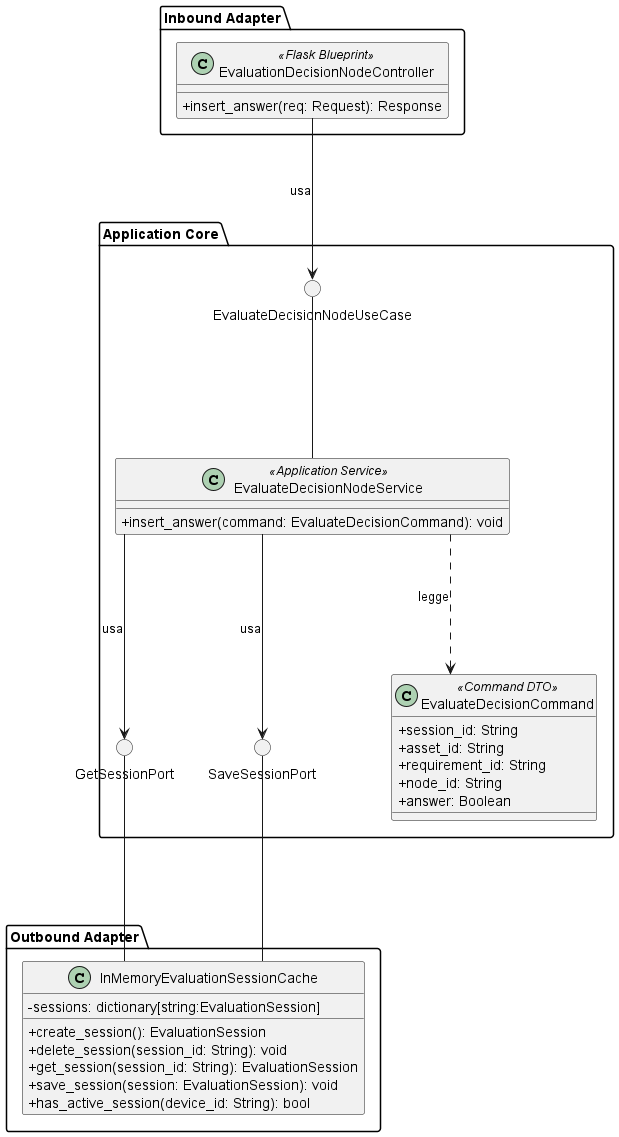
Earlier version of the PlantUML export src/PB/DocumentazioneEsterna/Specifica_Tecnica/content/05-diagrammi-classi/uml/png/Valutazione/EvaluateDecisionNode.png (GroupRubberDuck/Documentazione).
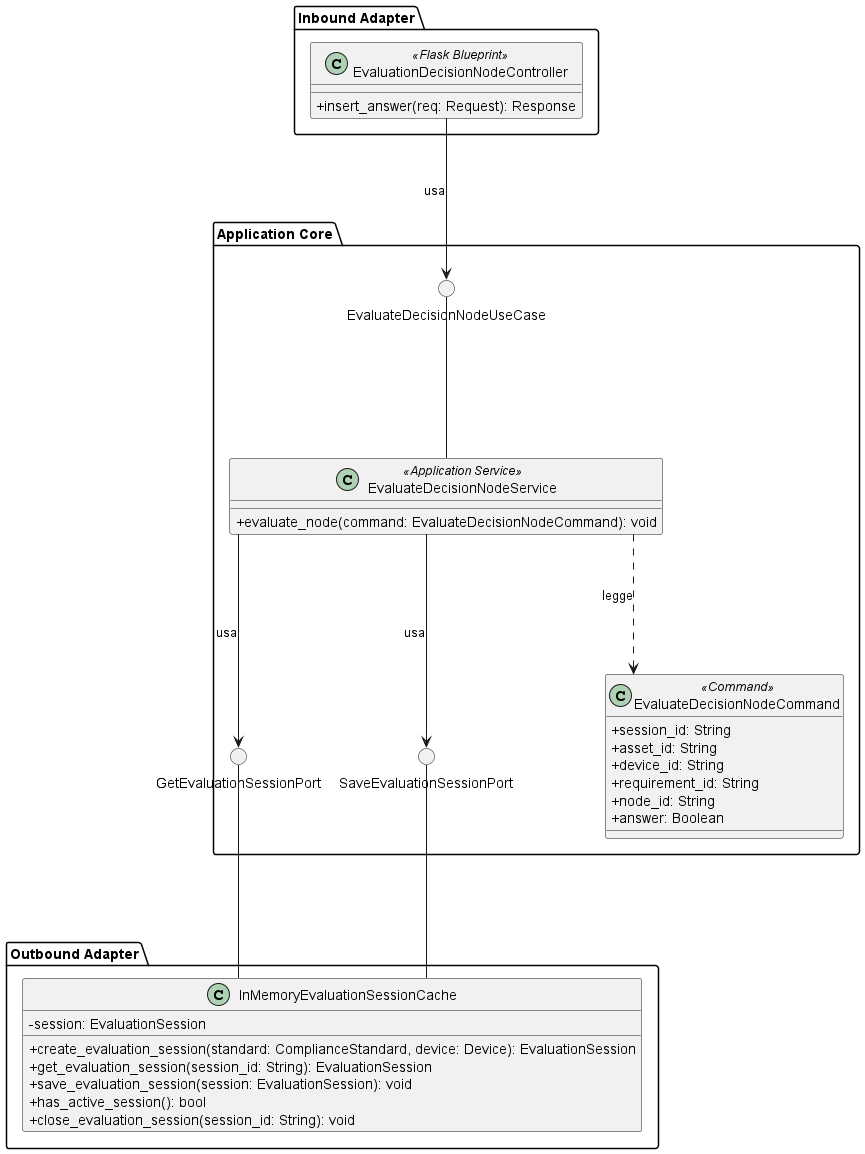
Later version of the same file.

The edit, as a diff of the source:
```diff
@@ -1,6 +1,6 @@
-@startuml AnswerDecisionNode
+@startuml EvaluateDecisionNode
 skinparam linetype ortho
-skinparam nodesep 120
+skinparam nodesep 170
 skinparam ranksep 140
 skinparam classAttributeIconSize 0
 
@@ -12,9 +12,10 @@
 
     () "EvaluateDecisionNodeUseCase"
 
-    class EvaluateDecisionCommand <<Command DTO>> {
+    class EvaluateDecisionNodeCommand <<Command>> {
         + session_id: String
         + asset_id: String
+        + device_id: String
         + requirement_id: String
         + node_id: String
         + answer: Boolean
@@ -22,21 +23,21 @@
 
     !include ApplicationServices/EvaluateDecisionNodeService.puml
 
-    () "GetSessionPort"
-    () "SaveSessionPort"
+    () "GetEvaluationSessionPort"
+    () "SaveEvaluationSessionPort"
 
 
-    GetSessionPort -[hidden]right-------- SaveSessionPort
-    SaveSessionPort -[hidden]right-------- EvaluateDecisionCommand
+    GetEvaluationSessionPort -[hidden]right-------- SaveEvaluationSessionPort
+    SaveEvaluationSessionPort -[hidden]right-------- EvaluateDecisionNodeCommand
 
 
 
     EvaluateDecisionNodeUseCase -down- EvaluateDecisionNodeService
 
-    EvaluateDecisionNodeService -down-> GetSessionPort : usa
-    EvaluateDecisionNodeService -down-> SaveSessionPort : usa
+    EvaluateDecisionNodeService -down-> GetEvaluationSessionPort : usa
+    EvaluateDecisionNodeService -down-> SaveEvaluationSessionPort : usa
 
-    EvaluateDecisionNodeService .down.> EvaluateDecisionCommand : legge
+    EvaluateDecisionNodeService .down.> EvaluateDecisionNodeCommand : legge
 }
 
 package "Outbound Adapter" {
@@ -46,7 +47,7 @@
 
 EvaluationDecisionNodeController -down-> EvaluateDecisionNodeUseCase : usa
 
-GetSessionPort -down- InMemoryEvaluationSessionCache
-SaveSessionPort -down- InMemoryEvaluationSessionCache
+GetEvaluationSessionPort -down- InMemoryEvaluationSessionCache
+SaveEvaluationSessionPort -down- InMemoryEvaluationSessionCache
 
 @enduml
```
